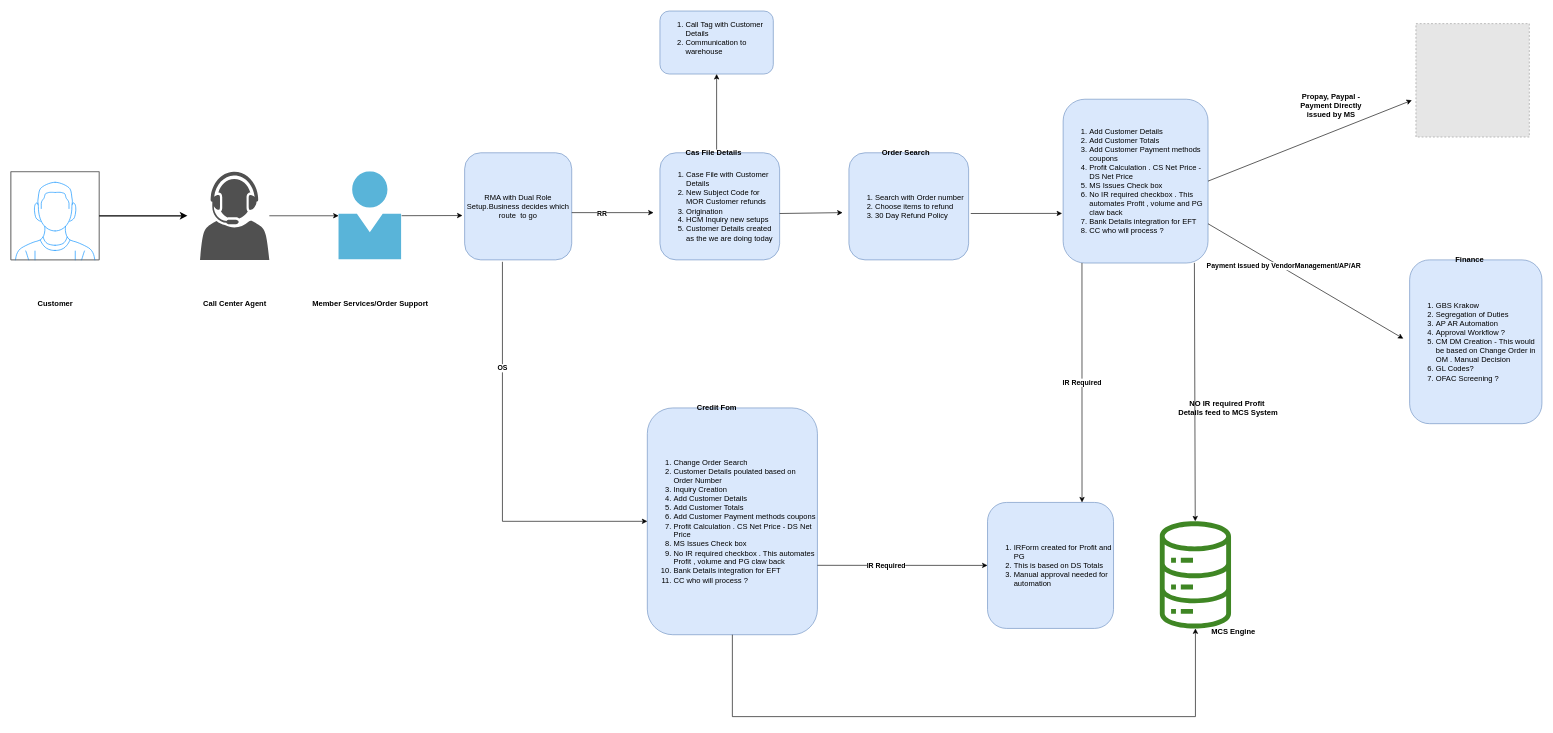
This is page "Page-6" (6 of 6) of Untitled Diagram.drawio from satyendratalatam/OIMUtilities, a draw.io file, before an edit. Source tidied: cells renumbered, new cells numbered last; positions are measured from the earlier drawing's top-left corner, leaving out a move shared by most shapes. Both pictures are drawn from the tidied source at 63%, with x=0, y=0 at pixel (11, 11). Pictures stored in the file or linked from it are replaced by grey dashed boxes.
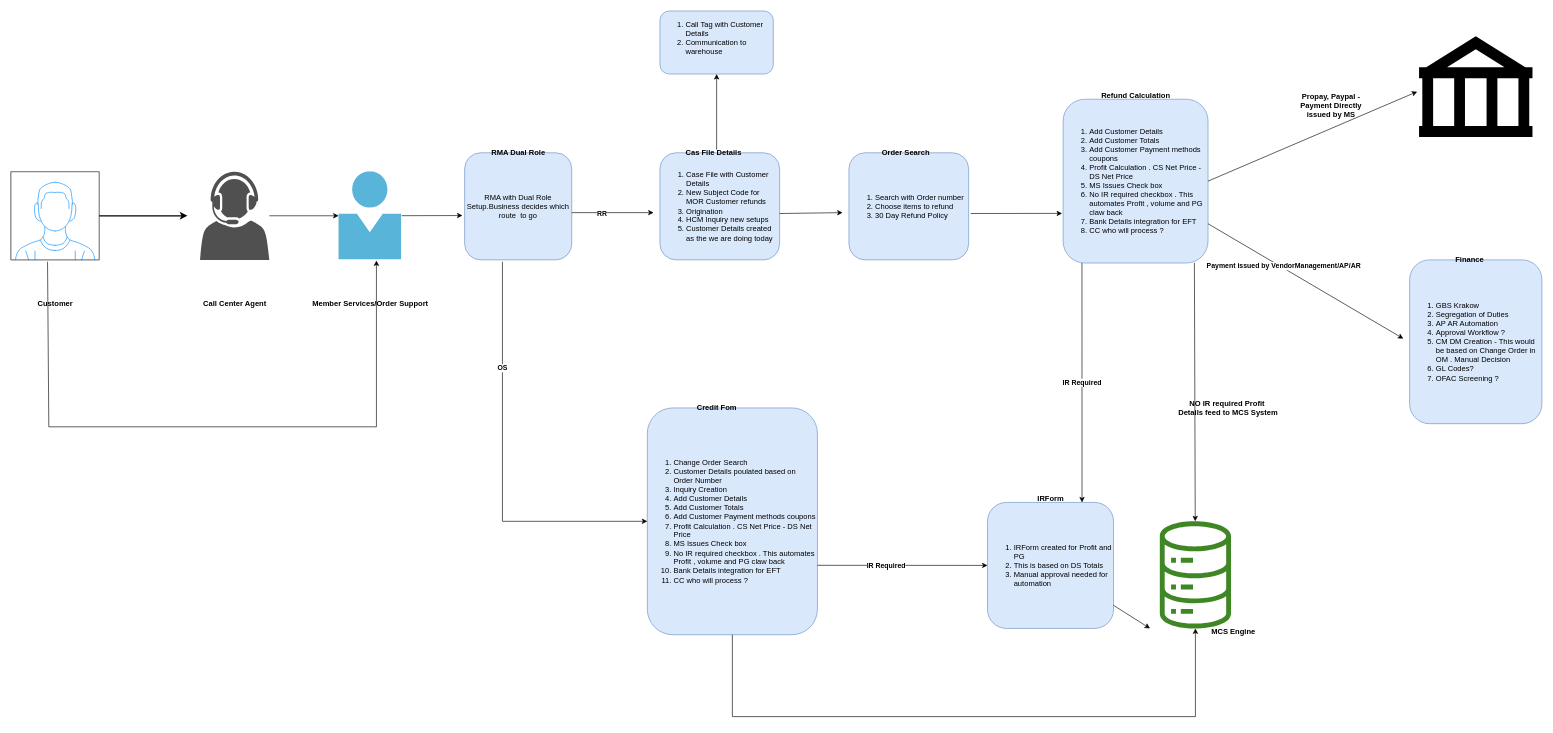
After the change.

The change refers to these unchanged cells:
```xml
<mxCell id="2" style="group;" parent="1" vertex="1">
  <mxGeometry x="160" y="20" width="1780" height="960" as="geometry" />
</mxCell>
<mxCell id="4" value="&lt;b&gt;Member Services/Order Support&lt;/b&gt;" style="html=1;points=[];align=center;image;fontSize=12;image=img/lib/mscae/Person.svg;verticalAlign=middle;labelBackgroundColor=none;fontColor=default;labelBorderColor=none;" parent="2" vertex="1">
  <mxGeometry x="360" y="235" width="100" height="140" as="geometry" />
</mxCell>
<mxCell id="13" value="&lt;div align=&quot;left&quot;&gt;&lt;ol&gt;&lt;li&gt;Add Customer Details&lt;br&gt;&lt;/li&gt;&lt;li&gt;Add Customer Totals&lt;/li&gt;&lt;li&gt;Add Customer Payment methods coupons&lt;/li&gt;&lt;li&gt;Profit Calculation . CS Net Price - DS Net Price&lt;br&gt;&lt;/li&gt;&lt;li&gt;MS Issues Check box&lt;/li&gt;&lt;li&gt;No IR required checkbox . This automates Profit , volume and PG claw back&lt;/li&gt;&lt;li&gt;Bank Details integration for EFT &lt;br&gt;&lt;/li&gt;&lt;li&gt;CC who will process ? &lt;br&gt;&lt;/li&gt;&lt;/ol&gt;&lt;/div&gt;" style="rounded=1;whiteSpace=wrap;html=1;fillColor=#dae8fc;strokeColor=#6c8ebf;align=left;verticalAlign=middle;labelBackgroundColor=none;fontColor=default;labelBorderColor=none;" parent="2" vertex="1">
  <mxGeometry x="1510" y="120" width="230" height="260" as="geometry" />
</mxCell>
<mxCell id="14" value="&lt;div align=&quot;left&quot;&gt;&lt;ol&gt;&lt;li&gt;IRForm created for Profit and PG&lt;/li&gt;&lt;li&gt;This is based on DS Totals&lt;/li&gt;&lt;li&gt;Manual approval needed for automation&lt;br&gt;&lt;/li&gt;&lt;/ol&gt;&lt;/div&gt;" style="rounded=1;whiteSpace=wrap;html=1;labelBackgroundColor=none;labelBorderColor=none;align=left;fillColor=#dae8fc;strokeColor=#6c8ebf;verticalAlign=middle;fontColor=default;" parent="2" vertex="1">
  <mxGeometry x="1390" y="760" width="200" height="200" as="geometry" />
</mxCell>
<mxCell id="32" value="&lt;b&gt;Customer&lt;/b&gt;" style="verticalLabelPosition=bottom;shadow=0;dashed=0;align=center;html=1;verticalAlign=middle;strokeWidth=1;shape=mxgraph.mockup.containers.userMale;strokeColor=#666666;strokeColor2=#008cff;labelBackgroundColor=none;fontColor=default;labelBorderColor=none;" parent="1" vertex="1">
  <mxGeometry y="255" width="140" height="140" as="geometry" />
</mxCell>
```

Change to the diagram source:
```diff
@@
+    <mxCell id="43" value="&lt;b&gt;IRForm&lt;/b&gt;" style="text;html=1;align=center;verticalAlign=middle;strokeColor=none;fillColor=none;" parent="2" vertex="1">
+      <mxGeometry x="1460" y="740" width="60" height="30" as="geometry" />
+    </mxCell>
+    <mxCell id="44" value="RMA Dual Role" style="text;html=1;align=center;verticalAlign=middle;strokeColor=none;fillColor=none;fontStyle=1;" parent="2" vertex="1">
+      <mxGeometry x="590" y="190" width="110" height="30" as="geometry" />
+    </mxCell>
+    <mxCell id="45" value="&lt;b&gt;Refund Calculation&lt;/b&gt;" style="text;html=1;align=center;verticalAlign=middle;strokeColor=none;fillColor=none;" parent="2" vertex="1">
+      <mxGeometry x="1560" y="100" width="130" height="30" as="geometry" />
+    </mxCell>
+    <mxCell id="46" style="endArrow=classic;html=1;rounded=0;strokeWidth=1;" parent="2" edge="1" source="14" target="2">
+      <mxGeometry relative="1" as="geometry" />
+    </mxCell>
@@
-    <mxCell id="31" style="fillColor=#E6E6E6;strokeColor=#999999;dashed=1;html=1;verticalAlign=middle;verticalLabelPosition=bottom;labelBackgroundColor=none;fontColor=default;" parent="1" vertex="1">
-      <mxGeometry x="2230" y="20" width="180" height="180" as="geometry" />
-    </mxCell>
@@
-    <mxCell id="35" style="endArrow=classic;html=1;rounded=0;entryX=-0.036;entryY=0.676;entryDx=0;entryDy=0;exitX=1;exitY=0.5;exitDx=0;exitDy=0;entryPerimeter=0;" parent="1" edge="1" source="13" target="31">
-      <mxGeometry relative="1" as="geometry" />
+    <mxCell id="35" style="endArrow=classic;html=1;rounded=0;exitX=1;exitY=0.5;exitDx=0;exitDy=0;entryX=0.011;entryY=0.6;entryDx=0;entryDy=0;entryPerimeter=0;" parent="1" edge="1" source="13">
+      <mxGeometry relative="1" as="geometry">
+        <mxPoint x="2232" y="128" as="targetPoint" />
+      </mxGeometry>
     </mxCell>
@@
+    <mxCell id="47" style="endArrow=classic;html=1;rounded=0;strokeWidth=1;exitX=0.414;exitY=1.021;exitDx=0;exitDy=0;exitPerimeter=0;entryX=0.6;entryY=1.007;entryDx=0;entryDy=0;entryPerimeter=0;" parent="1" edge="1" source="32" target="4">
+      <mxGeometry relative="1" as="geometry">
+        <Array as="points">
+          <mxPoint x="60" y="660" />
+          <mxPoint x="580" y="660" />
+        </Array>
+      </mxGeometry>
+    </mxCell>
+    <mxCell id="48" style="shape=mxgraph.signs.travel.bank;html=1;fillColor=#000000;strokeColor=none;verticalLabelPosition=bottom;verticalAlign=top;align=center;sketch=0;" parent="1" vertex="1">
+      <mxGeometry x="2235" y="40" width="180" height="160" as="geometry" />
+    </mxCell>
```
